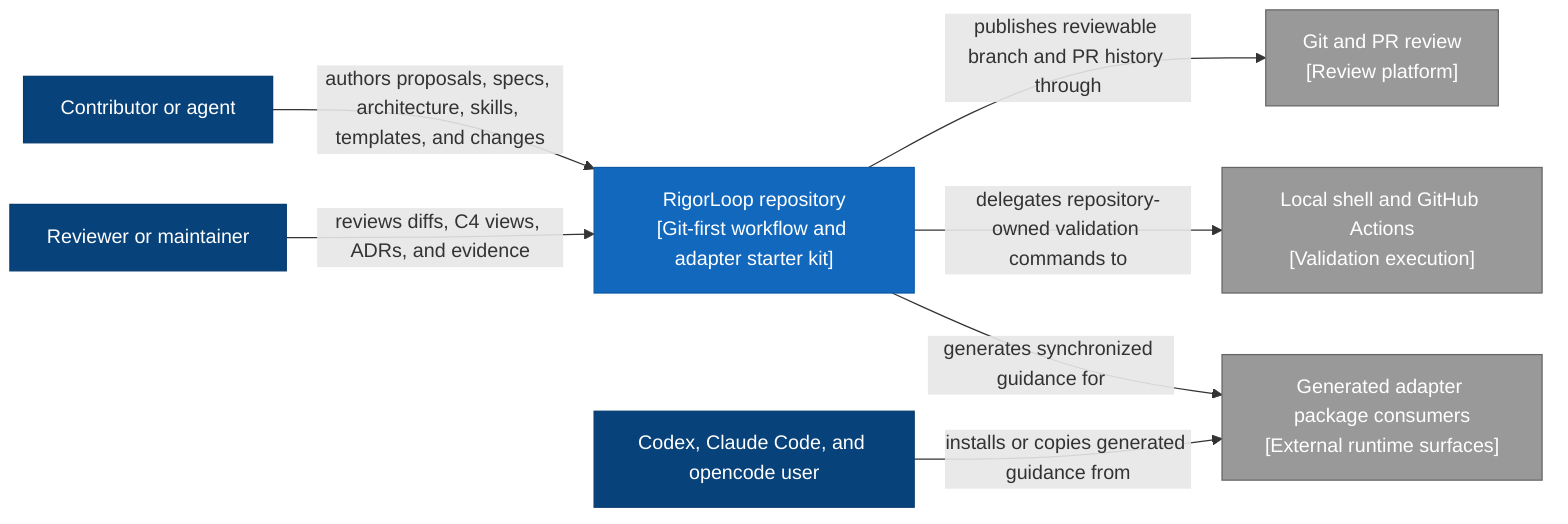
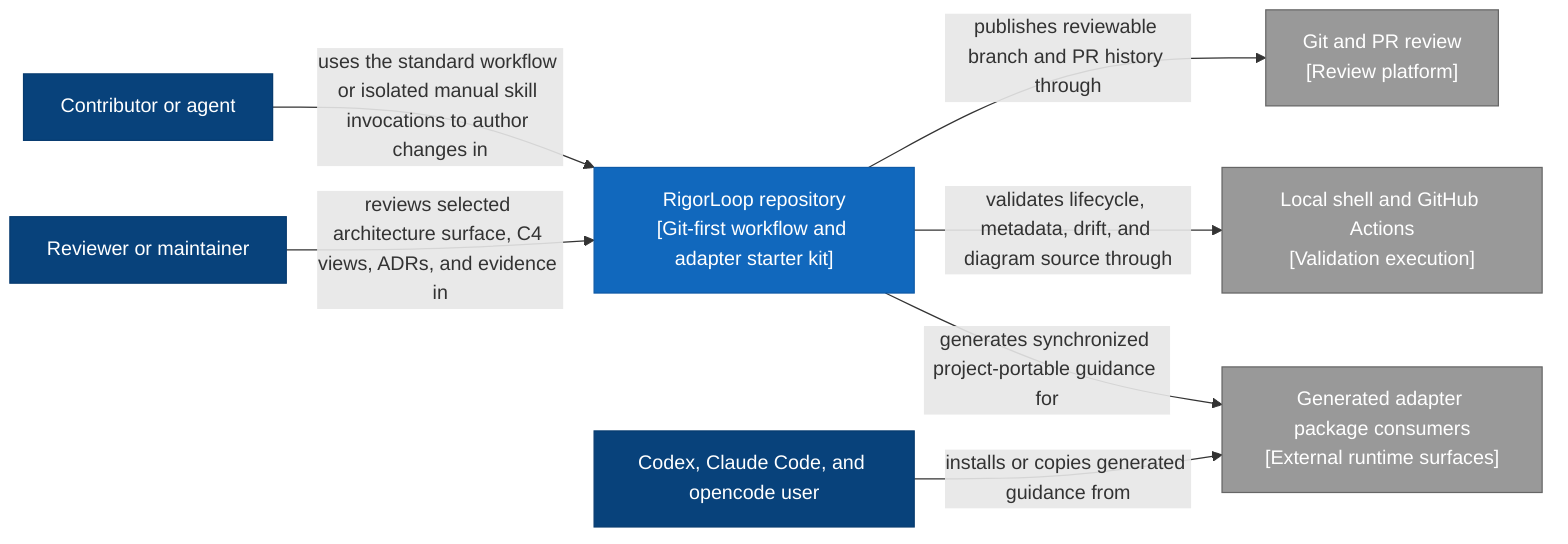
flowchart LR
  contributor["Contributor or agent"]:::person
  reviewer["Reviewer or maintainer"]:::person
  adapter_user["Codex, Claude Code, and opencode user"]:::person
  repo["RigorLoop repository<br/>[Git-first workflow and adapter starter kit]"]:::system
  git["Git and PR review<br/>[Review platform]"]:::external
  execution["Local shell and GitHub Actions<br/>[Validation execution]"]:::external
  package_surface["Generated adapter package consumers<br/>[External runtime surfaces]"]:::external

-   contributor -->|authors proposals, specs, architecture, skills, templates, and changes| repo
-   reviewer -->|reviews diffs, C4 views, ADRs, and evidence| repo
+   contributor -->|uses the standard workflow or isolated manual skill invocations to author changes in| repo
+   reviewer -->|reviews selected architecture surface, C4 views, ADRs, and evidence in| repo
  repo -->|publishes reviewable branch and PR history through| git
-   repo -->|delegates repository-owned validation commands to| execution
-   repo -->|generates synchronized guidance for| package_surface
+   repo -->|validates lifecycle, metadata, drift, and diagram source through| execution
+   repo -->|generates synchronized project-portable guidance for| package_surface
  adapter_user -->|installs or copies generated guidance from| package_surface

  classDef person fill:#08427b,stroke:#073b6f,color:#fff
  classDef system fill:#1168bd,stroke:#0e5aa7,color:#fff
  classDef external fill:#999,stroke:#666,color:#fff
  classDef container fill:#438dd5,stroke:#3c7fc0,color:#fff
